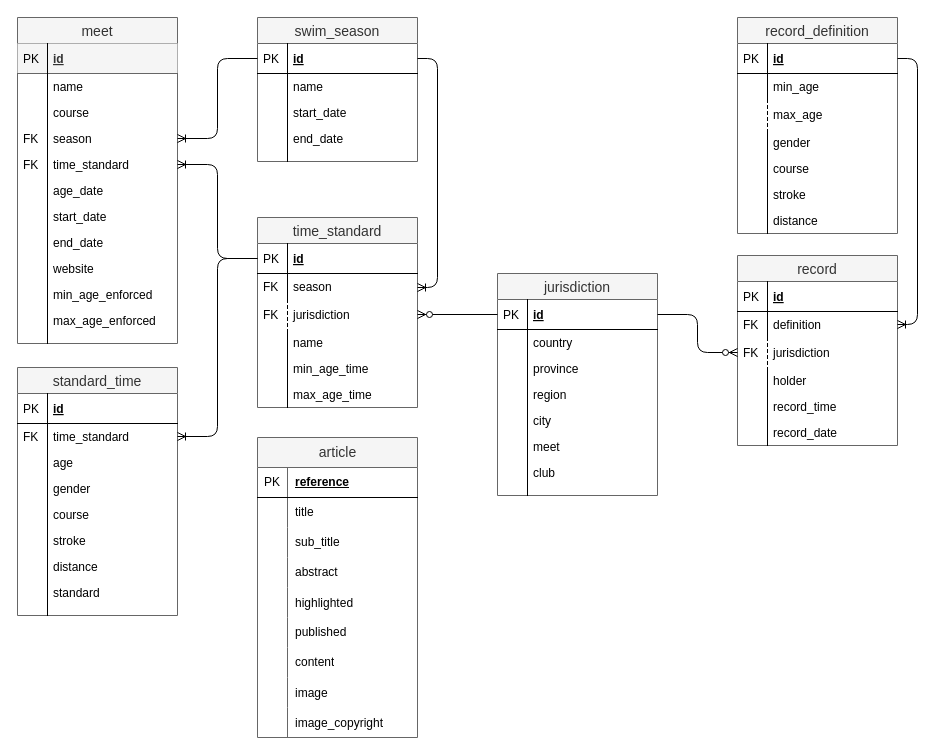
The draw.io diagram docs/models.drawio in geekswimmers/geekswimmers, before the edit. Source tidied: cells renumbered, new cells numbered last; positions are measured from the earlier drawing's top-left corner, leaving out a move shared by most shapes. Both pictures are drawn from the tidied source at 100%, with x=0, y=0 at pixel (17, 17).
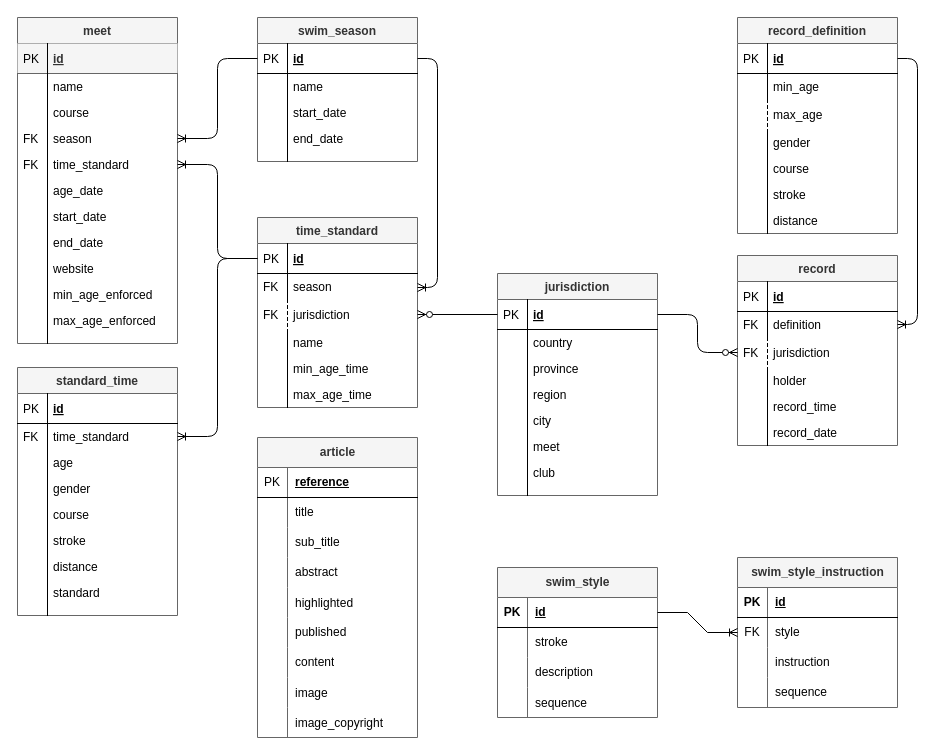
Above is the later version.

Commit message (it also covers changes not shown here):
Updated database diagram

Change to the diagram source:
```diff
@@
-    <mxCell id="2" value="swim_season" style="swimlane;fontStyle=0;horizontal=1;startSize=26;fillColor=#f5f5f5;swimlaneFillColor=#ffffff;align=center;fontSize=14;fontColor=#333333;strokeColor=#666666;" parent="1" vertex="1">
+    <mxCell id="2" value="swim_season" style="swimlane;fontStyle=1;horizontal=1;startSize=26;fillColor=#f5f5f5;swimlaneFillColor=#ffffff;align=center;fontSize=12;fontColor=#333333;strokeColor=#666666;" parent="1" vertex="1">
       <mxGeometry x="240" width="160" height="144" as="geometry" />
     </mxCell>
@@
-    <mxCell id="13" value="time_standard" style="swimlane;fontStyle=0;horizontal=1;startSize=26;fillColor=#f5f5f5;swimlaneFillColor=#ffffff;align=center;fontSize=14;fontColor=#333333;strokeColor=#666666;" parent="1" vertex="1">
+    <mxCell id="13" value="time_standard" style="swimlane;fontStyle=1;horizontal=1;startSize=26;fillColor=#f5f5f5;swimlaneFillColor=#ffffff;align=center;fontSize=12;fontColor=#333333;strokeColor=#666666;" parent="1" vertex="1">
       <mxGeometry x="240" y="200" width="160" height="190" as="geometry" />
     </mxCell>
@@
-    <mxCell id="26" value="standard_time" style="swimlane;fontStyle=0;horizontal=1;startSize=26;fillColor=#f5f5f5;swimlaneFillColor=#ffffff;align=center;fontSize=14;fontColor=#333333;strokeColor=#666666;" parent="1" vertex="1">
+    <mxCell id="26" value="standard_time" style="swimlane;fontStyle=1;horizontal=1;startSize=26;fillColor=#f5f5f5;swimlaneFillColor=#ffffff;align=center;fontSize=12;fontColor=#333333;strokeColor=#666666;" parent="1" vertex="1">
       <mxGeometry y="350" width="160" height="248" as="geometry" />
     </mxCell>
@@
-    <mxCell id="45" value="meet" style="swimlane;fontStyle=0;horizontal=1;startSize=26;fillColor=#f5f5f5;swimlaneFillColor=#ffffff;align=center;fontSize=14;fontColor=#333333;strokeColor=#666666;" parent="1" vertex="1">
+    <mxCell id="45" value="meet" style="swimlane;fontStyle=1;horizontal=1;startSize=26;fillColor=#f5f5f5;swimlaneFillColor=#ffffff;align=center;fontSize=12;fontColor=#333333;strokeColor=#666666;" parent="1" vertex="1">
       <mxGeometry width="160" height="326" as="geometry" />
     </mxCell>
@@
-    <mxCell id="74" value="record_definition" style="swimlane;fontStyle=0;horizontal=1;startSize=26;fillColor=#f5f5f5;swimlaneFillColor=#ffffff;align=center;fontSize=14;fontColor=#333333;strokeColor=#666666;" parent="1" vertex="1">
+    <mxCell id="74" value="record_definition" style="swimlane;fontStyle=1;horizontal=1;startSize=26;fillColor=#f5f5f5;swimlaneFillColor=#ffffff;align=center;fontSize=12;fontColor=#333333;strokeColor=#666666;" parent="1" vertex="1">
       <mxGeometry x="720" width="160" height="216" as="geometry" />
     </mxCell>
@@
-    <mxCell id="89" value="record" style="swimlane;fontStyle=0;horizontal=1;startSize=26;fillColor=#f5f5f5;swimlaneFillColor=#ffffff;align=center;fontSize=14;fontColor=#333333;strokeColor=#666666;" parent="1" vertex="1">
+    <mxCell id="89" value="record" style="swimlane;fontStyle=1;horizontal=1;startSize=26;fillColor=#f5f5f5;swimlaneFillColor=#ffffff;align=center;fontSize=12;fontColor=#333333;strokeColor=#666666;" parent="1" vertex="1">
       <mxGeometry x="720" y="238" width="160" height="190" as="geometry" />
     </mxCell>
@@
-    <mxCell id="103" value="jurisdiction" style="swimlane;fontStyle=0;horizontal=1;startSize=26;fillColor=#f5f5f5;swimlaneFillColor=#ffffff;align=center;fontSize=14;fontColor=#333333;strokeColor=#666666;" parent="1" vertex="1">
+    <mxCell id="103" value="jurisdiction" style="swimlane;fontStyle=1;horizontal=1;startSize=26;fillColor=#f5f5f5;swimlaneFillColor=#ffffff;align=center;fontSize=12;fontColor=#333333;strokeColor=#666666;" parent="1" vertex="1">
       <mxGeometry x="480" y="256" width="160" height="222" as="geometry" />
     </mxCell>
@@
-    <mxCell id="121" value="article" style="shape=table;startSize=30;childLayout=tableLayout;rowLines=0;fontStyle=0;align=center;html=1;fillColor=#f5f5f5;fontColor=#333333;strokeColor=#666666;fontSize=14;" parent="1" vertex="1">
+    <mxCell id="121" value="article" style="shape=table;startSize=30;childLayout=tableLayout;rowLines=0;fontStyle=1;align=center;html=1;fillColor=#f5f5f5;fontColor=#333333;strokeColor=#666666;fontSize=12;" parent="1" vertex="1">
       <mxGeometry x="240" y="420" width="160" height="300" as="geometry" />
     </mxCell>
@@
+    <mxCell id="150" value="swim_style" style="shape=table;startSize=30;childLayout=tableLayout;rowLines=0;fontStyle=1;align=center;html=1;fillColor=#f5f5f5;fontColor=#333333;strokeColor=#666666;" parent="1" vertex="1">
+      <mxGeometry x="480" y="550" width="160" height="150" as="geometry" />
+    </mxCell>
+    <mxCell id="151" style="shape=tableRow;horizontal=0;startSize=0;swimlaneHead=0;swimlaneBody=0;fillColor=none;points=[[0,0.5],[1,0.5]];portConstraint=eastwest;top=0;left=0;right=0;bottom=1;" parent="150" vertex="1">
+      <mxGeometry y="30" width="160" height="30" as="geometry" />
+    </mxCell>
+    <mxCell id="152" value="PK" style="shape=partialRectangle;fillColor=none;top=0;left=0;bottom=0;right=0;fontStyle=1;overflow=hidden;whiteSpace=wrap;html=1;" parent="151" vertex="1">
+      <mxGeometry width="30" height="30" as="geometry" />
+    </mxCell>
+    <mxCell id="153" value="id" style="shape=partialRectangle;fillColor=none;top=0;left=0;bottom=0;right=0;align=left;spacingLeft=6;fontStyle=5;overflow=hidden;whiteSpace=wrap;html=1;" parent="151" vertex="1">
+      <mxGeometry x="30" width="130" height="30" as="geometry" />
+    </mxCell>
+    <mxCell id="154" style="shape=tableRow;horizontal=0;startSize=0;swimlaneHead=0;swimlaneBody=0;fillColor=none;top=0;left=0;right=0;bottom=0;" parent="150" vertex="1">
+      <mxGeometry y="60" width="160" height="30" as="geometry" />
+    </mxCell>
+    <mxCell id="155" style="shape=partialRectangle;fillColor=none;top=0;left=0;bottom=0;right=0;overflow=hidden;whiteSpace=wrap;html=1;" parent="154" vertex="1">
+      <mxGeometry width="30" height="30" as="geometry" />
+    </mxCell>
+    <mxCell id="156" value="stroke" style="shape=partialRectangle;fillColor=none;top=0;left=0;bottom=0;right=0;align=left;spacingLeft=6;overflow=hidden;whiteSpace=wrap;html=1;" parent="154" vertex="1">
+      <mxGeometry x="30" width="130" height="30" as="geometry" />
+    </mxCell>
+    <mxCell id="157" style="shape=tableRow;horizontal=0;startSize=0;swimlaneHead=0;swimlaneBody=0;fillColor=none;top=0;left=0;right=0;bottom=0;" parent="150" vertex="1">
+      <mxGeometry y="90" width="160" height="30" as="geometry" />
+    </mxCell>
+    <mxCell id="158" style="shape=partialRectangle;fillColor=none;top=0;left=0;bottom=0;right=0;overflow=hidden;whiteSpace=wrap;html=1;" parent="157" vertex="1">
+      <mxGeometry width="30" height="30" as="geometry" />
+    </mxCell>
+    <mxCell id="159" value="description" style="shape=partialRectangle;fillColor=none;top=0;left=0;bottom=0;right=0;align=left;spacingLeft=6;overflow=hidden;whiteSpace=wrap;html=1;" parent="157" vertex="1">
+      <mxGeometry x="30" width="130" height="30" as="geometry" />
+    </mxCell>
+    <mxCell id="160" style="shape=tableRow;horizontal=0;startSize=0;swimlaneHead=0;swimlaneBody=0;fillColor=none;top=0;left=0;right=0;bottom=0;" parent="150" vertex="1">
+      <mxGeometry y="120" width="160" height="30" as="geometry" />
+    </mxCell>
+    <mxCell id="161" style="shape=partialRectangle;fillColor=none;top=0;left=0;bottom=0;right=0;overflow=hidden;" parent="160" vertex="1">
+      <mxGeometry width="30" height="30" as="geometry" />
+    </mxCell>
+    <mxCell id="162" value="sequence" style="shape=partialRectangle;fillColor=none;top=0;left=0;bottom=0;right=0;align=left;spacingLeft=6;overflow=hidden;" parent="160" vertex="1">
+      <mxGeometry x="30" width="130" height="30" as="geometry" />
+    </mxCell>
+    <mxCell id="163" value="swim_style_instruction" style="shape=table;startSize=30;childLayout=tableLayout;rowLines=0;fontStyle=1;align=center;html=1;fillColor=#f5f5f5;fontColor=#333333;strokeColor=#666666;" parent="1" vertex="1">
+      <mxGeometry x="720" y="540" width="160" height="150" as="geometry" />
+    </mxCell>
+    <mxCell id="164" style="shape=tableRow;horizontal=0;startSize=0;swimlaneHead=0;swimlaneBody=0;fillColor=none;top=0;left=0;right=0;bottom=1;" parent="163" vertex="1">
+      <mxGeometry y="30" width="160" height="30" as="geometry" />
+    </mxCell>
+    <mxCell id="165" value="PK" style="shape=partialRectangle;fillColor=none;top=0;left=0;bottom=0;right=0;fontStyle=1;overflow=hidden;whiteSpace=wrap;html=1;" parent="164" vertex="1">
+      <mxGeometry width="30" height="30" as="geometry" />
+    </mxCell>
+    <mxCell id="166" value="id" style="shape=partialRectangle;fillColor=none;top=0;left=0;bottom=0;right=0;align=left;spacingLeft=6;fontStyle=5;overflow=hidden;whiteSpace=wrap;html=1;" parent="164" vertex="1">
+      <mxGeometry x="30" width="130" height="30" as="geometry" />
+    </mxCell>
+    <mxCell id="167" style="shape=tableRow;horizontal=0;startSize=0;swimlaneHead=0;swimlaneBody=0;fillColor=none;points=[[0,0.5],[1,0.5]];portConstraint=eastwest;top=0;left=0;right=0;bottom=0;" parent="163" vertex="1">
+      <mxGeometry y="60" width="160" height="30" as="geometry" />
+    </mxCell>
+    <mxCell id="168" value="FK" style="shape=partialRectangle;fillColor=none;top=0;left=0;bottom=0;right=0;overflow=hidden;whiteSpace=wrap;html=1;" parent="167" vertex="1">
+      <mxGeometry width="30" height="30" as="geometry" />
+    </mxCell>
+    <mxCell id="169" value="style" style="shape=partialRectangle;fillColor=none;top=0;left=0;bottom=0;right=0;align=left;spacingLeft=6;overflow=hidden;whiteSpace=wrap;html=1;" parent="167" vertex="1">
+      <mxGeometry x="30" width="130" height="30" as="geometry" />
+    </mxCell>
+    <mxCell id="170" style="shape=tableRow;horizontal=0;startSize=0;swimlaneHead=0;swimlaneBody=0;fillColor=none;top=0;left=0;right=0;bottom=0;" parent="163" vertex="1">
+      <mxGeometry y="90" width="160" height="30" as="geometry" />
+    </mxCell>
+    <mxCell id="171" style="shape=partialRectangle;fillColor=none;top=0;left=0;bottom=0;right=0;overflow=hidden;whiteSpace=wrap;html=1;" parent="170" vertex="1">
+      <mxGeometry width="30" height="30" as="geometry" />
+    </mxCell>
+    <mxCell id="172" value="instruction" style="shape=partialRectangle;fillColor=none;top=0;left=0;bottom=0;right=0;align=left;spacingLeft=6;overflow=hidden;whiteSpace=wrap;html=1;" parent="170" vertex="1">
+      <mxGeometry x="30" width="130" height="30" as="geometry" />
+    </mxCell>
+    <mxCell id="173" style="shape=tableRow;horizontal=0;startSize=0;swimlaneHead=0;swimlaneBody=0;fillColor=none;top=0;left=0;right=0;bottom=0;" parent="163" vertex="1">
+      <mxGeometry y="120" width="160" height="30" as="geometry" />
+    </mxCell>
+    <mxCell id="174" style="shape=partialRectangle;fillColor=none;top=0;left=0;bottom=0;right=0;overflow=hidden;whiteSpace=wrap;html=1;" parent="173" vertex="1">
+      <mxGeometry width="30" height="30" as="geometry" />
+    </mxCell>
+    <mxCell id="175" value="sequence" style="shape=partialRectangle;fillColor=none;top=0;left=0;bottom=0;right=0;align=left;spacingLeft=6;overflow=hidden;whiteSpace=wrap;html=1;" parent="173" vertex="1">
+      <mxGeometry x="30" width="130" height="30" as="geometry" />
+    </mxCell>
+    <mxCell id="176" style="edgeStyle=entityRelationEdgeStyle;fontSize=12;html=1;endArrow=ERoneToMany;rounded=0;entryX=0;entryY=0.5;entryDx=0;entryDy=0;" parent="1" edge="1" source="151" target="167">
+      <mxGeometry relative="1" as="geometry" />
+    </mxCell>
```
